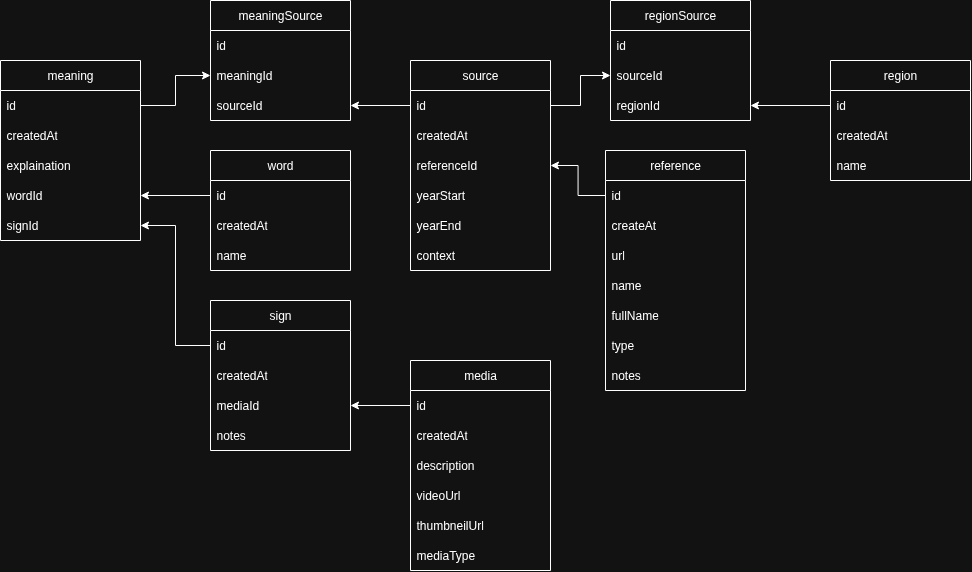
Earlier version of the draw.io export database_schema.png (Hoinkas/SignArchive). Source tidied: cells renumbered, new cells last; positions are measured from the earlier drawing's top-left corner, leaving out a move shared by most shapes. Source of this version:
```xml
<mxGraphModel>
  <root>
    <mxCell id="0" />
    <mxCell id="1" parent="0" />
    <mxCell id="2" value="source" style="swimlane;fontStyle=0;horizontal=1;startSize=30;whiteSpace=wrap;html=1;" parent="1" vertex="1">
      <mxGeometry x="410" y="60" width="140" height="210" as="geometry" />
    </mxCell>
    <mxCell id="3" value="id" style="text;strokeColor=none;fillColor=none;align=left;verticalAlign=middle;spacingLeft=4;spacingRight=4;overflow=hidden;points=[[0,0.5],[1,0.5]];portConstraint=eastwest;whiteSpace=wrap;html=1;" parent="2" vertex="1">
      <mxGeometry y="30" width="140" height="30" as="geometry" />
    </mxCell>
    <mxCell id="4" value="createdAt" style="text;strokeColor=none;fillColor=none;align=left;verticalAlign=middle;spacingLeft=4;spacingRight=4;overflow=hidden;whiteSpace=wrap;html=1;" parent="2" vertex="1">
      <mxGeometry y="60" width="140" height="30" as="geometry" />
    </mxCell>
    <mxCell id="5" value="referenceId" style="text;strokeColor=none;fillColor=none;align=left;verticalAlign=middle;spacingLeft=4;spacingRight=4;overflow=hidden;points=[[0,0.5],[1,0.5]];portConstraint=eastwest;whiteSpace=wrap;html=1;" parent="2" vertex="1">
      <mxGeometry y="90" width="140" height="30" as="geometry" />
    </mxCell>
    <mxCell id="6" value="yearStart" style="text;strokeColor=none;fillColor=none;align=left;verticalAlign=middle;spacingLeft=4;spacingRight=4;overflow=hidden;whiteSpace=wrap;html=1;" parent="2" vertex="1">
      <mxGeometry y="120" width="140" height="30" as="geometry" />
    </mxCell>
    <mxCell id="7" value="yearEnd" style="text;strokeColor=none;fillColor=none;align=left;verticalAlign=middle;spacingLeft=4;spacingRight=4;overflow=hidden;whiteSpace=wrap;html=1;" parent="2" vertex="1">
      <mxGeometry y="150" width="140" height="30" as="geometry" />
    </mxCell>
    <mxCell id="8" value="context" style="text;strokeColor=none;fillColor=none;align=left;verticalAlign=middle;spacingLeft=4;spacingRight=4;overflow=hidden;whiteSpace=wrap;html=1;" parent="2" vertex="1">
      <mxGeometry y="180" width="140" height="30" as="geometry" />
    </mxCell>
    <mxCell id="9" value="meaning" style="swimlane;fontStyle=0;horizontal=1;startSize=30;whiteSpace=wrap;html=1;" parent="1" vertex="1">
      <mxGeometry y="60" width="140" height="180" as="geometry" />
    </mxCell>
    <mxCell id="10" value="id" style="text;strokeColor=none;fillColor=none;align=left;verticalAlign=middle;spacingLeft=4;spacingRight=4;overflow=hidden;points=[[0,0.5],[1,0.5]];portConstraint=eastwest;whiteSpace=wrap;html=1;" parent="9" vertex="1">
      <mxGeometry y="30" width="140" height="30" as="geometry" />
    </mxCell>
    <mxCell id="11" value="createdAt" style="text;strokeColor=none;fillColor=none;align=left;verticalAlign=middle;spacingLeft=4;spacingRight=4;overflow=hidden;whiteSpace=wrap;html=1;" parent="9" vertex="1">
      <mxGeometry y="60" width="140" height="30" as="geometry" />
    </mxCell>
    <mxCell id="12" value="explaination" style="text;strokeColor=none;fillColor=none;align=left;verticalAlign=middle;spacingLeft=4;spacingRight=4;overflow=hidden;whiteSpace=wrap;html=1;" parent="9" vertex="1">
      <mxGeometry y="90" width="140" height="30" as="geometry" />
    </mxCell>
    <mxCell id="13" value="wordId" style="text;strokeColor=none;fillColor=none;align=left;verticalAlign=middle;spacingLeft=4;spacingRight=4;overflow=hidden;points=[[0,0.5],[1,0.5]];portConstraint=eastwest;whiteSpace=wrap;html=1;" parent="9" vertex="1">
      <mxGeometry y="120" width="140" height="30" as="geometry" />
    </mxCell>
    <mxCell id="14" value="signId" style="text;strokeColor=none;fillColor=none;align=left;verticalAlign=middle;spacingLeft=4;spacingRight=4;overflow=hidden;points=[[0,0.5],[1,0.5]];portConstraint=eastwest;whiteSpace=wrap;html=1;" parent="9" vertex="1">
      <mxGeometry y="150" width="140" height="30" as="geometry" />
    </mxCell>
    <mxCell id="15" value="sign" style="swimlane;fontStyle=0;horizontal=1;startSize=30;whiteSpace=wrap;html=1;" parent="1" vertex="1">
      <mxGeometry x="210" y="300" width="140" height="150" as="geometry" />
    </mxCell>
    <mxCell id="16" value="id" style="text;strokeColor=none;fillColor=none;align=left;verticalAlign=middle;spacingLeft=4;spacingRight=4;overflow=hidden;points=[[0,0.5],[1,0.5]];portConstraint=eastwest;whiteSpace=wrap;html=1;" parent="15" vertex="1">
      <mxGeometry y="30" width="140" height="30" as="geometry" />
    </mxCell>
    <mxCell id="17" value="createdAt" style="text;strokeColor=none;fillColor=none;align=left;verticalAlign=middle;spacingLeft=4;spacingRight=4;overflow=hidden;whiteSpace=wrap;html=1;" parent="15" vertex="1">
      <mxGeometry y="60" width="140" height="30" as="geometry" />
    </mxCell>
    <mxCell id="18" value="mediaId" style="text;strokeColor=none;fillColor=none;align=left;verticalAlign=middle;spacingLeft=4;spacingRight=4;overflow=hidden;points=[[0,0.5],[1,0.5]];portConstraint=eastwest;whiteSpace=wrap;html=1;" parent="15" vertex="1">
      <mxGeometry y="90" width="140" height="30" as="geometry" />
    </mxCell>
    <mxCell id="19" value="notes" style="text;strokeColor=none;fillColor=none;align=left;verticalAlign=middle;spacingLeft=4;spacingRight=4;overflow=hidden;whiteSpace=wrap;html=1;" parent="15" vertex="1">
      <mxGeometry y="120" width="140" height="30" as="geometry" />
    </mxCell>
    <mxCell id="20" value="reference" style="swimlane;fontStyle=0;horizontal=1;startSize=30;whiteSpace=wrap;html=1;" parent="1" vertex="1">
      <mxGeometry x="605" y="150" width="140" height="240" as="geometry" />
    </mxCell>
    <mxCell id="21" value="id" style="text;strokeColor=none;fillColor=none;align=left;verticalAlign=middle;spacingLeft=4;spacingRight=4;overflow=hidden;points=[[0,0.5],[1,0.5]];portConstraint=eastwest;whiteSpace=wrap;html=1;" parent="20" vertex="1">
      <mxGeometry y="30" width="140" height="30" as="geometry" />
    </mxCell>
    <mxCell id="22" value="createAt" style="text;strokeColor=none;fillColor=none;align=left;verticalAlign=middle;spacingLeft=4;spacingRight=4;overflow=hidden;whiteSpace=wrap;html=1;" parent="20" vertex="1">
      <mxGeometry y="60" width="140" height="30" as="geometry" />
    </mxCell>
    <mxCell id="23" value="url" style="text;strokeColor=none;fillColor=none;align=left;verticalAlign=middle;spacingLeft=4;spacingRight=4;overflow=hidden;whiteSpace=wrap;html=1;" parent="20" vertex="1">
      <mxGeometry y="90" width="140" height="30" as="geometry" />
    </mxCell>
    <mxCell id="24" value="name" style="text;strokeColor=none;fillColor=none;align=left;verticalAlign=middle;spacingLeft=4;spacingRight=4;overflow=hidden;whiteSpace=wrap;html=1;" parent="20" vertex="1">
      <mxGeometry y="120" width="140" height="30" as="geometry" />
    </mxCell>
    <mxCell id="25" value="fullName" style="text;strokeColor=none;fillColor=none;align=left;verticalAlign=middle;spacingLeft=4;spacingRight=4;overflow=hidden;whiteSpace=wrap;html=1;" parent="20" vertex="1">
      <mxGeometry y="150" width="140" height="30" as="geometry" />
    </mxCell>
    <mxCell id="26" value="type" style="text;strokeColor=none;fillColor=none;align=left;verticalAlign=middle;spacingLeft=4;spacingRight=4;overflow=hidden;whiteSpace=wrap;html=1;" parent="20" vertex="1">
      <mxGeometry y="180" width="140" height="30" as="geometry" />
    </mxCell>
    <mxCell id="27" value="notes" style="text;strokeColor=none;fillColor=none;align=left;verticalAlign=middle;spacingLeft=4;spacingRight=4;overflow=hidden;whiteSpace=wrap;html=1;" parent="20" vertex="1">
      <mxGeometry y="210" width="140" height="30" as="geometry" />
    </mxCell>
    <mxCell id="28" style="edgeStyle=orthogonalEdgeStyle;rounded=0;jettySize=auto;html=1;" parent="1" edge="1" source="21" target="5">
      <mxGeometry relative="1" as="geometry" />
    </mxCell>
    <mxCell id="29" value="media" style="swimlane;fontStyle=0;horizontal=1;startSize=30;whiteSpace=wrap;html=1;" parent="1" vertex="1">
      <mxGeometry x="410" y="360" width="140" height="210" as="geometry" />
    </mxCell>
    <mxCell id="30" value="id" style="text;strokeColor=none;fillColor=none;align=left;verticalAlign=middle;spacingLeft=4;spacingRight=4;overflow=hidden;points=[[0,0.5],[1,0.5]];portConstraint=eastwest;whiteSpace=wrap;html=1;" parent="29" vertex="1">
      <mxGeometry y="30" width="140" height="30" as="geometry" />
    </mxCell>
    <mxCell id="31" value="createdAt" style="text;strokeColor=none;fillColor=none;align=left;verticalAlign=middle;spacingLeft=4;spacingRight=4;overflow=hidden;whiteSpace=wrap;html=1;" parent="29" vertex="1">
      <mxGeometry y="60" width="140" height="30" as="geometry" />
    </mxCell>
    <mxCell id="32" value="description" style="text;strokeColor=none;fillColor=none;align=left;verticalAlign=middle;spacingLeft=4;spacingRight=4;overflow=hidden;whiteSpace=wrap;html=1;" parent="29" vertex="1">
      <mxGeometry y="90" width="140" height="30" as="geometry" />
    </mxCell>
    <mxCell id="33" value="videoUrl" style="text;strokeColor=none;fillColor=none;align=left;verticalAlign=middle;spacingLeft=4;spacingRight=4;overflow=hidden;whiteSpace=wrap;html=1;" parent="29" vertex="1">
      <mxGeometry y="120" width="140" height="30" as="geometry" />
    </mxCell>
    <mxCell id="34" value="thumbneilUrl" style="text;strokeColor=none;fillColor=none;align=left;verticalAlign=middle;spacingLeft=4;spacingRight=4;overflow=hidden;whiteSpace=wrap;html=1;" parent="29" vertex="1">
      <mxGeometry y="150" width="140" height="30" as="geometry" />
    </mxCell>
    <mxCell id="35" value="mediaType" style="text;strokeColor=none;fillColor=none;align=left;verticalAlign=middle;spacingLeft=4;spacingRight=4;overflow=hidden;whiteSpace=wrap;html=1;" parent="29" vertex="1">
      <mxGeometry y="180" width="140" height="30" as="geometry" />
    </mxCell>
    <mxCell id="36" style="edgeStyle=orthogonalEdgeStyle;rounded=0;jettySize=auto;html=1;" parent="1" edge="1" source="30" target="18">
      <mxGeometry relative="1" as="geometry" />
    </mxCell>
    <mxCell id="37" value="word" style="swimlane;fontStyle=0;horizontal=1;startSize=30;whiteSpace=wrap;html=1;" parent="1" vertex="1">
      <mxGeometry x="210" y="150" width="140" height="120" as="geometry" />
    </mxCell>
    <mxCell id="38" value="id" style="text;strokeColor=none;fillColor=none;align=left;verticalAlign=middle;spacingLeft=4;spacingRight=4;overflow=hidden;points=[[0,0.5],[1,0.5]];portConstraint=eastwest;whiteSpace=wrap;html=1;" parent="37" vertex="1">
      <mxGeometry y="30" width="140" height="30" as="geometry" />
    </mxCell>
    <mxCell id="39" value="createdAt" style="text;strokeColor=none;fillColor=none;align=left;verticalAlign=middle;spacingLeft=4;spacingRight=4;overflow=hidden;whiteSpace=wrap;html=1;" parent="37" vertex="1">
      <mxGeometry y="60" width="140" height="30" as="geometry" />
    </mxCell>
    <mxCell id="40" value="name" style="text;strokeColor=none;fillColor=none;align=left;verticalAlign=middle;spacingLeft=4;spacingRight=4;overflow=hidden;whiteSpace=wrap;html=1;" parent="37" vertex="1">
      <mxGeometry y="90" width="140" height="30" as="geometry" />
    </mxCell>
    <mxCell id="41" style="edgeStyle=orthogonalEdgeStyle;rounded=0;jettySize=auto;html=1;" parent="1" edge="1" source="16" target="14">
      <mxGeometry relative="1" as="geometry" />
    </mxCell>
    <mxCell id="42" value="meaningSource" style="swimlane;fontStyle=0;horizontal=1;startSize=30;whiteSpace=wrap;html=1;" parent="1" vertex="1">
      <mxGeometry x="210" width="140" height="120" as="geometry" />
    </mxCell>
    <mxCell id="43" value="id" style="text;strokeColor=none;fillColor=none;align=left;verticalAlign=middle;spacingLeft=4;spacingRight=4;overflow=hidden;whiteSpace=wrap;html=1;" parent="42" vertex="1">
      <mxGeometry y="30" width="140" height="30" as="geometry" />
    </mxCell>
    <mxCell id="44" value="meaningId" style="text;strokeColor=none;fillColor=none;align=left;verticalAlign=middle;spacingLeft=4;spacingRight=4;overflow=hidden;points=[[0,0.5],[1,0.5]];portConstraint=eastwest;whiteSpace=wrap;html=1;" parent="42" vertex="1">
      <mxGeometry y="60" width="140" height="30" as="geometry" />
    </mxCell>
    <mxCell id="45" value="sourceId" style="text;strokeColor=none;fillColor=none;align=left;verticalAlign=middle;spacingLeft=4;spacingRight=4;overflow=hidden;points=[[0,0.5],[1,0.5]];portConstraint=eastwest;whiteSpace=wrap;html=1;" parent="42" vertex="1">
      <mxGeometry y="90" width="140" height="30" as="geometry" />
    </mxCell>
    <mxCell id="46" style="edgeStyle=orthogonalEdgeStyle;rounded=0;jettySize=auto;html=1;" parent="1" edge="1" source="3" target="45">
      <mxGeometry relative="1" as="geometry" />
    </mxCell>
    <mxCell id="47" style="edgeStyle=orthogonalEdgeStyle;rounded=0;jettySize=auto;html=1;" parent="1" edge="1" source="10" target="44">
      <mxGeometry relative="1" as="geometry" />
    </mxCell>
    <mxCell id="48" value="region" style="swimlane;fontStyle=0;horizontal=1;startSize=30;whiteSpace=wrap;html=1;" parent="1" vertex="1">
      <mxGeometry x="830" y="60" width="140" height="120" as="geometry" />
    </mxCell>
    <mxCell id="49" value="id" style="text;strokeColor=none;fillColor=none;align=left;verticalAlign=middle;spacingLeft=4;spacingRight=4;overflow=hidden;points=[[0,0.5],[1,0.5]];portConstraint=eastwest;whiteSpace=wrap;html=1;" parent="48" vertex="1">
      <mxGeometry y="30" width="140" height="30" as="geometry" />
    </mxCell>
    <mxCell id="50" value="createdAt" style="text;strokeColor=none;fillColor=none;align=left;verticalAlign=middle;spacingLeft=4;spacingRight=4;overflow=hidden;whiteSpace=wrap;html=1;" parent="48" vertex="1">
      <mxGeometry y="60" width="140" height="30" as="geometry" />
    </mxCell>
    <mxCell id="51" value="name" style="text;strokeColor=none;fillColor=none;align=left;verticalAlign=middle;spacingLeft=4;spacingRight=4;overflow=hidden;whiteSpace=wrap;html=1;" parent="48" vertex="1">
      <mxGeometry y="90" width="140" height="30" as="geometry" />
    </mxCell>
    <mxCell id="52" value="regionSource" style="swimlane;fontStyle=0;horizontal=1;startSize=30;whiteSpace=wrap;html=1;" parent="1" vertex="1">
      <mxGeometry x="610" width="140" height="120" as="geometry" />
    </mxCell>
    <mxCell id="53" value="id" style="text;strokeColor=none;fillColor=none;align=left;verticalAlign=middle;spacingLeft=4;spacingRight=4;overflow=hidden;whiteSpace=wrap;html=1;" parent="52" vertex="1">
      <mxGeometry y="30" width="140" height="30" as="geometry" />
    </mxCell>
    <mxCell id="54" value="sourceId" style="text;strokeColor=none;fillColor=none;align=left;verticalAlign=middle;spacingLeft=4;spacingRight=4;overflow=hidden;points=[[0,0.5],[1,0.5]];portConstraint=eastwest;whiteSpace=wrap;html=1;" parent="52" vertex="1">
      <mxGeometry y="60" width="140" height="30" as="geometry" />
    </mxCell>
    <mxCell id="55" value="regionId" style="text;strokeColor=none;fillColor=none;align=left;verticalAlign=middle;spacingLeft=4;spacingRight=4;overflow=hidden;points=[[0,0.5],[1,0.5]];portConstraint=eastwest;whiteSpace=wrap;html=1;" parent="52" vertex="1">
      <mxGeometry y="90" width="140" height="30" as="geometry" />
    </mxCell>
    <mxCell id="56" style="edgeStyle=orthogonalEdgeStyle;rounded=0;jettySize=auto;html=1;" parent="1" edge="1" source="3" target="54">
      <mxGeometry relative="1" as="geometry" />
    </mxCell>
    <mxCell id="57" style="edgeStyle=orthogonalEdgeStyle;rounded=0;jettySize=auto;html=1;" parent="1" edge="1" source="49" target="55">
      <mxGeometry relative="1" as="geometry" />
    </mxCell>
    <mxCell id="58" style="edgeStyle=orthogonalEdgeStyle;rounded=0;jettySize=auto;html=1;" parent="1" edge="1" source="38" target="13">
      <mxGeometry relative="1" as="geometry" />
    </mxCell>
  </root>
</mxGraphModel>
```
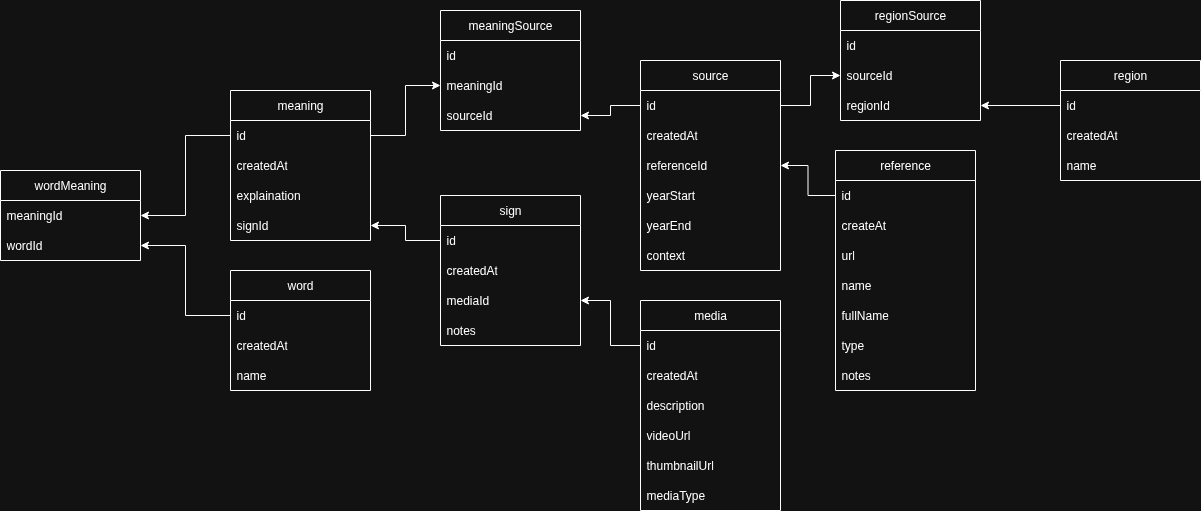
Above is the later version.

Commit message:
Added wordMeaning link table

The edit, as a diff of the source:
```diff
@@ -24,7 +24,7 @@
       <mxGeometry y="180" width="140" height="30" as="geometry" />
     </mxCell>
     <mxCell id="9" value="meaning" style="swimlane;fontStyle=0;horizontal=1;startSize=30;whiteSpace=wrap;html=1;" parent="1" vertex="1">
-      <mxGeometry y="60" width="140" height="180" as="geometry" />
+      <mxGeometry y="90" width="140" height="150" as="geometry" />
     </mxCell>
     <mxCell id="10" value="id" style="text;strokeColor=none;fillColor=none;align=left;verticalAlign=middle;spacingLeft=4;spacingRight=4;overflow=hidden;points=[[0,0.5],[1,0.5]];portConstraint=eastwest;whiteSpace=wrap;html=1;" parent="9" vertex="1">
       <mxGeometry y="30" width="140" height="30" as="geometry" />
@@ -35,14 +35,11 @@
     <mxCell id="12" value="explaination" style="text;strokeColor=none;fillColor=none;align=left;verticalAlign=middle;spacingLeft=4;spacingRight=4;overflow=hidden;whiteSpace=wrap;html=1;" parent="9" vertex="1">
       <mxGeometry y="90" width="140" height="30" as="geometry" />
     </mxCell>
-    <mxCell id="13" value="wordId" style="text;strokeColor=none;fillColor=none;align=left;verticalAlign=middle;spacingLeft=4;spacingRight=4;overflow=hidden;points=[[0,0.5],[1,0.5]];portConstraint=eastwest;whiteSpace=wrap;html=1;" parent="9" vertex="1">
-      <mxGeometry y="120" width="140" height="30" as="geometry" />
-    </mxCell>
     <mxCell id="14" value="signId" style="text;strokeColor=none;fillColor=none;align=left;verticalAlign=middle;spacingLeft=4;spacingRight=4;overflow=hidden;points=[[0,0.5],[1,0.5]];portConstraint=eastwest;whiteSpace=wrap;html=1;" parent="9" vertex="1">
-      <mxGeometry y="150" width="140" height="30" as="geometry" />
+      <mxGeometry y="120" width="140" height="30" as="geometry" />
     </mxCell>
     <mxCell id="15" value="sign" style="swimlane;fontStyle=0;horizontal=1;startSize=30;whiteSpace=wrap;html=1;" parent="1" vertex="1">
-      <mxGeometry x="210" y="300" width="140" height="150" as="geometry" />
+      <mxGeometry x="210" y="195" width="140" height="150" as="geometry" />
     </mxCell>
     <mxCell id="16" value="id" style="text;strokeColor=none;fillColor=none;align=left;verticalAlign=middle;spacingLeft=4;spacingRight=4;overflow=hidden;points=[[0,0.5],[1,0.5]];portConstraint=eastwest;whiteSpace=wrap;html=1;" parent="15" vertex="1">
       <mxGeometry y="30" width="140" height="30" as="geometry" />
@@ -84,7 +81,7 @@
       <mxGeometry relative="1" as="geometry" />
     </mxCell>
     <mxCell id="29" value="media" style="swimlane;fontStyle=0;horizontal=1;startSize=30;whiteSpace=wrap;html=1;" parent="1" vertex="1">
-      <mxGeometry x="410" y="360" width="140" height="210" as="geometry" />
+      <mxGeometry x="410" y="300" width="140" height="210" as="geometry" />
     </mxCell>
     <mxCell id="30" value="id" style="text;strokeColor=none;fillColor=none;align=left;verticalAlign=middle;spacingLeft=4;spacingRight=4;overflow=hidden;points=[[0,0.5],[1,0.5]];portConstraint=eastwest;whiteSpace=wrap;html=1;" parent="29" vertex="1">
       <mxGeometry y="30" width="140" height="30" as="geometry" />
@@ -98,7 +95,7 @@
     <mxCell id="33" value="videoUrl" style="text;strokeColor=none;fillColor=none;align=left;verticalAlign=middle;spacingLeft=4;spacingRight=4;overflow=hidden;whiteSpace=wrap;html=1;" parent="29" vertex="1">
       <mxGeometry y="120" width="140" height="30" as="geometry" />
     </mxCell>
-    <mxCell id="34" value="thumbneilUrl" style="text;strokeColor=none;fillColor=none;align=left;verticalAlign=middle;spacingLeft=4;spacingRight=4;overflow=hidden;whiteSpace=wrap;html=1;" parent="29" vertex="1">
+    <mxCell id="34" value="thumbnailUrl" style="text;strokeColor=none;fillColor=none;align=left;verticalAlign=middle;spacingLeft=4;spacingRight=4;overflow=hidden;whiteSpace=wrap;html=1;" parent="29" vertex="1">
       <mxGeometry y="150" width="140" height="30" as="geometry" />
     </mxCell>
     <mxCell id="35" value="mediaType" style="text;strokeColor=none;fillColor=none;align=left;verticalAlign=middle;spacingLeft=4;spacingRight=4;overflow=hidden;whiteSpace=wrap;html=1;" parent="29" vertex="1">
@@ -108,7 +105,7 @@
       <mxGeometry relative="1" as="geometry" />
     </mxCell>
     <mxCell id="37" value="word" style="swimlane;fontStyle=0;horizontal=1;startSize=30;whiteSpace=wrap;html=1;" parent="1" vertex="1">
-      <mxGeometry x="210" y="150" width="140" height="120" as="geometry" />
+      <mxGeometry y="270" width="140" height="120" as="geometry" />
     </mxCell>
     <mxCell id="38" value="id" style="text;strokeColor=none;fillColor=none;align=left;verticalAlign=middle;spacingLeft=4;spacingRight=4;overflow=hidden;points=[[0,0.5],[1,0.5]];portConstraint=eastwest;whiteSpace=wrap;html=1;" parent="37" vertex="1">
       <mxGeometry y="30" width="140" height="30" as="geometry" />
@@ -123,7 +120,7 @@
       <mxGeometry relative="1" as="geometry" />
     </mxCell>
     <mxCell id="42" value="meaningSource" style="swimlane;fontStyle=0;horizontal=1;startSize=30;whiteSpace=wrap;html=1;" parent="1" vertex="1">
-      <mxGeometry x="210" width="140" height="120" as="geometry" />
+      <mxGeometry x="210" y="10" width="140" height="120" as="geometry" />
     </mxCell>
     <mxCell id="43" value="id" style="text;strokeColor=none;fillColor=none;align=left;verticalAlign=middle;spacingLeft=4;spacingRight=4;overflow=hidden;whiteSpace=wrap;html=1;" parent="42" vertex="1">
       <mxGeometry y="30" width="140" height="30" as="geometry" />
@@ -170,6 +167,18 @@
     <mxCell id="57" style="edgeStyle=orthogonalEdgeStyle;rounded=0;jettySize=auto;html=1;" parent="1" edge="1" source="49" target="55">
       <mxGeometry relative="1" as="geometry" />
     </mxCell>
+    <mxCell id="59" value="wordMeaning" style="swimlane;fontStyle=0;horizontal=1;startSize=30;whiteSpace=wrap;html=1;" parent="1" vertex="1">
+      <mxGeometry x="-230" y="170" width="140" height="90" as="geometry" />
+    </mxCell>
+    <mxCell id="60" value="meaningId" style="text;strokeColor=none;fillColor=none;align=left;verticalAlign=middle;spacingLeft=4;spacingRight=4;overflow=hidden;points=[[0,0.5],[1,0.5]];portConstraint=eastwest;whiteSpace=wrap;html=1;" parent="59" vertex="1">
+      <mxGeometry y="30" width="140" height="30" as="geometry" />
+    </mxCell>
+    <mxCell id="13" value="wordId" style="text;strokeColor=none;fillColor=none;align=left;verticalAlign=middle;spacingLeft=4;spacingRight=4;overflow=hidden;points=[[0,0.5],[1,0.5]];portConstraint=eastwest;whiteSpace=wrap;html=1;" parent="59" vertex="1">
+      <mxGeometry y="60" width="140" height="30" as="geometry" />
+    </mxCell>
+    <mxCell id="61" style="edgeStyle=orthogonalEdgeStyle;rounded=0;jettySize=auto;html=1;" parent="1" edge="1" source="10" target="60">
+      <mxGeometry relative="1" as="geometry" />
+    </mxCell>
     <mxCell id="58" style="edgeStyle=orthogonalEdgeStyle;rounded=0;jettySize=auto;html=1;" parent="1" edge="1" source="38" target="13">
       <mxGeometry relative="1" as="geometry" />
     </mxCell>
```
